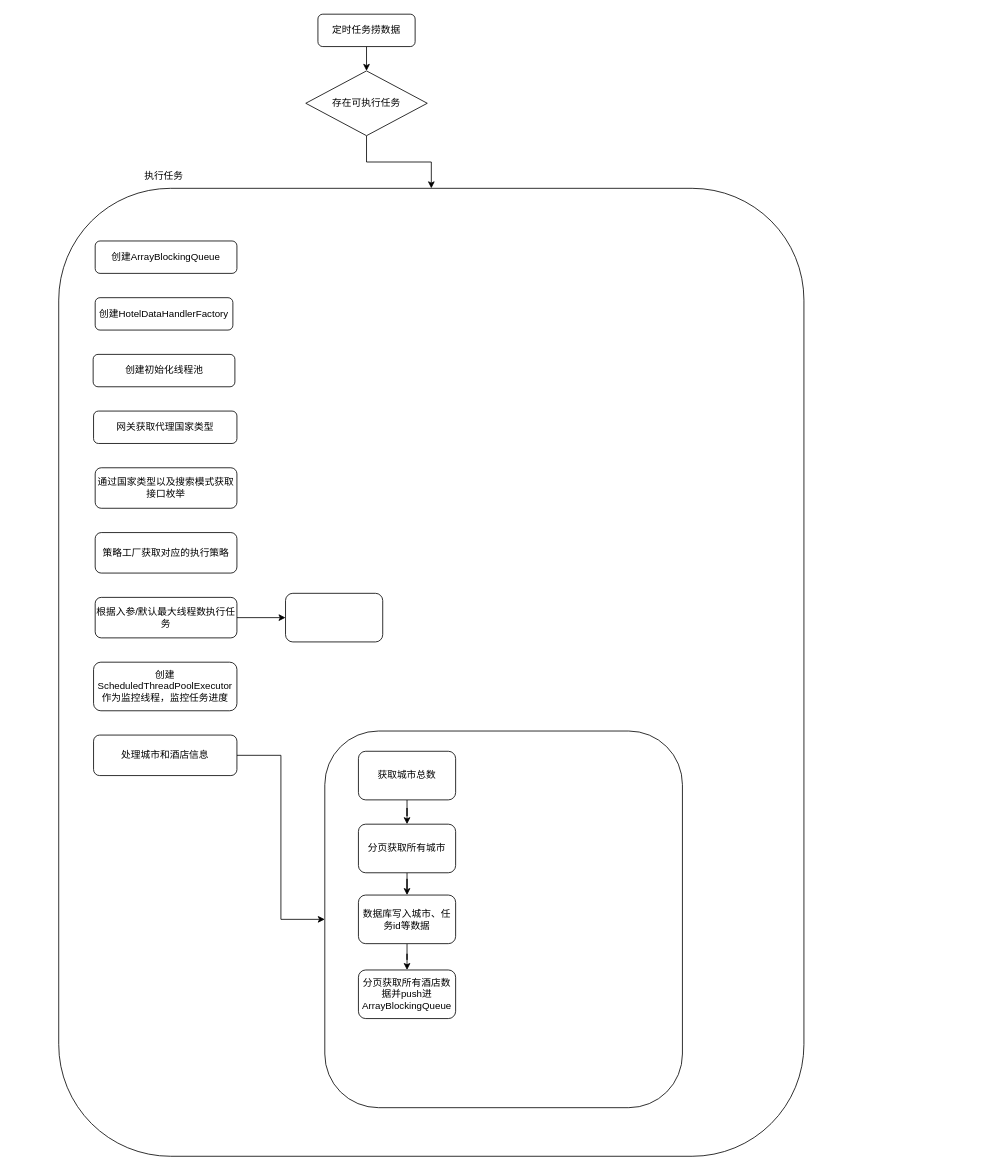
This is nb/分销数据报表流程图.drawio from zhenjie-chen/diagrams, a draw.io file, before an edit. Source tidied: cells renumbered, new cells numbered last; positions are measured from the earlier drawing's top-left corner, leaving out a move shared by most shapes. Both pictures are drawn from the tidied source at 81%, with x=0, y=0 at pixel (58, 14).
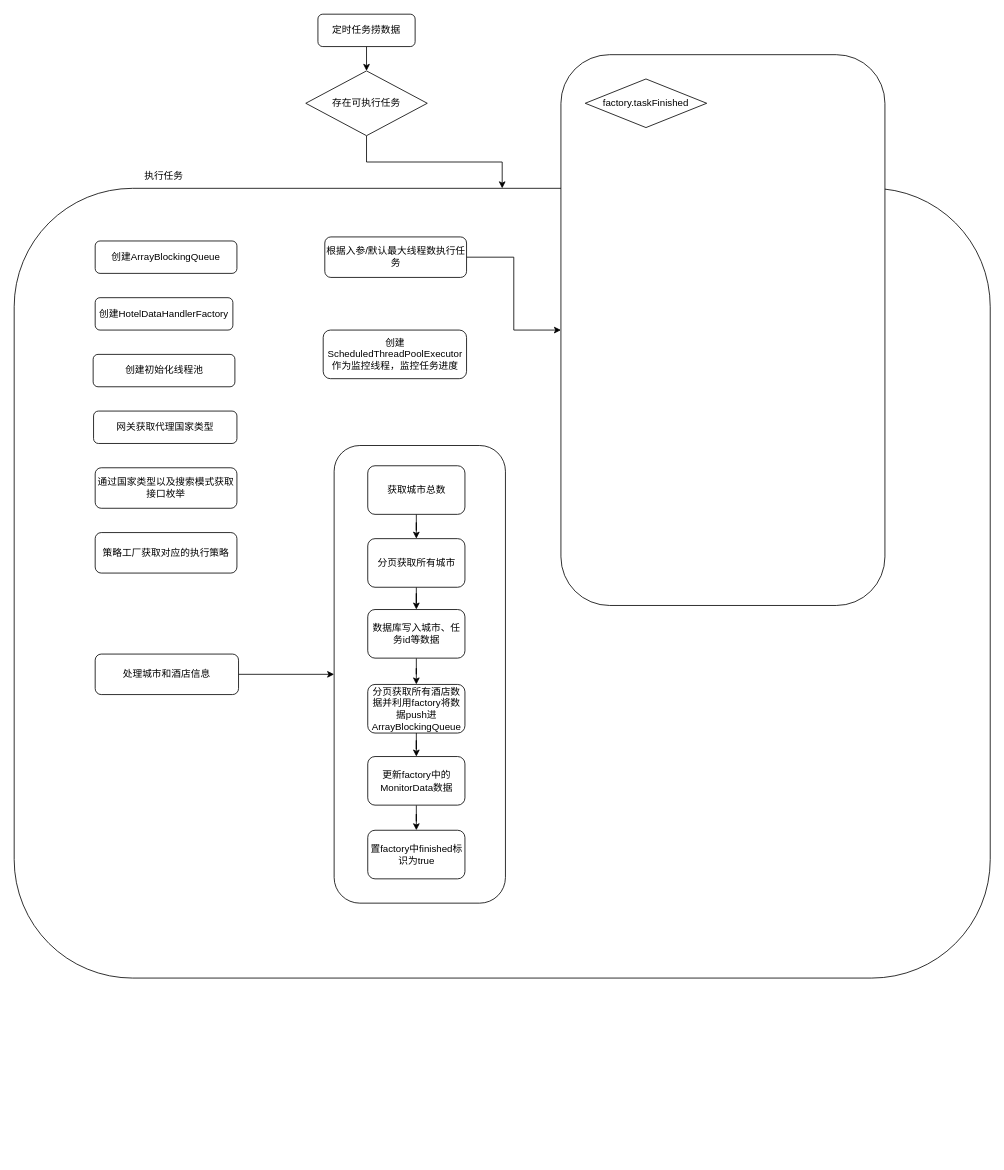
After the change.

Commit message (it also covers changes not shown here):
更新分销数据报表流程图.drawio

Change to the diagram source:
```diff
@@
     <mxCell id="4" style="rounded=1;whiteSpace=wrap;html=1;" parent="1" vertex="1">
-      <mxGeometry y="215" width="920" height="1195" as="geometry" />
+      <mxGeometry x="-55" y="215" width="1205" height="975" as="geometry" />
     </mxCell>
@@
     <mxCell id="16" value="根据入参/默认最大线程数执行任务" style="rounded=1;whiteSpace=wrap;html=1;" parent="1" vertex="1">
-      <mxGeometry x="45" y="720" width="175" height="50" as="geometry" />
+      <mxGeometry x="328.5" y="275" width="175" height="50" as="geometry" />
     </mxCell>
     <mxCell id="17" value="创建ScheduledThreadPoolExecutor作为监控线程，监控任务进度" style="rounded=1;whiteSpace=wrap;html=1;" parent="1" vertex="1">
-      <mxGeometry x="43" y="800" width="177" height="60" as="geometry" />
+      <mxGeometry x="326.5" y="390" width="177" height="60" as="geometry" />
     </mxCell>
     <mxCell id="18" style="rounded=1;whiteSpace=wrap;html=1;" parent="1" vertex="1">
-      <mxGeometry x="280" y="715" width="120" height="60" as="geometry" />
+      <mxGeometry x="620" y="50" width="400" height="680" as="geometry" />
     </mxCell>
@@
     <mxCell id="20" value="处理城市和酒店信息" style="rounded=1;whiteSpace=wrap;html=1;" parent="1" vertex="1">
-      <mxGeometry x="43" y="890" width="177" height="50" as="geometry" />
+      <mxGeometry x="45" y="790" width="177" height="50" as="geometry" />
     </mxCell>
     <mxCell id="21" style="whiteSpace=wrap;html=1;rounded=1;" parent="1" vertex="1">
-      <mxGeometry x="328.5" y="885" width="441.5" height="465" as="geometry" />
+      <mxGeometry x="340" y="532.5" width="211.5" height="565" as="geometry" />
     </mxCell>
@@
     <mxCell id="23" value="获取城市总数" style="rounded=1;whiteSpace=wrap;html=1;" parent="1" vertex="1">
-      <mxGeometry x="370" y="910" width="120" height="60" as="geometry" />
+      <mxGeometry x="381.5" y="557.5" width="120" height="60" as="geometry" />
     </mxCell>
@@
     <mxCell id="25" value="分页获取所有城市" style="whiteSpace=wrap;html=1;rounded=1;" parent="1" vertex="1">
-      <mxGeometry x="370" y="1000" width="120" height="60" as="geometry" />
+      <mxGeometry x="381.5" y="647.5" width="120" height="60" as="geometry" />
     </mxCell>
@@
     <mxCell id="27" value="数据库写入城市、任务id等数据" style="whiteSpace=wrap;html=1;rounded=1;" parent="1" vertex="1">
-      <mxGeometry x="370" y="1087.5" width="120" height="60" as="geometry" />
+      <mxGeometry x="381.5" y="735" width="120" height="60" as="geometry" />
     </mxCell>
+    <mxCell id="29" style="edgeStyle=orthogonalEdgeStyle;rounded=0;jettySize=auto;html=1;" parent="1" edge="1" source="28" target="31">
+      <mxGeometry relative="1" as="geometry" />
+    </mxCell>
-    <mxCell id="28" value="分页获取所有酒店数据并push进ArrayBlockingQueue" style="whiteSpace=wrap;html=1;rounded=1;" parent="1" vertex="1">
-      <mxGeometry x="370" y="1180" width="120" height="60" as="geometry" />
+    <mxCell id="28" value="分页获取所有酒店数据并利用factory将数据push进ArrayBlockingQueue" style="whiteSpace=wrap;html=1;rounded=1;" parent="1" vertex="1">
+      <mxGeometry x="381.5" y="827.5" width="120" height="60" as="geometry" />
     </mxCell>
+    <mxCell id="30" style="edgeStyle=orthogonalEdgeStyle;rounded=0;jettySize=auto;html=1;" parent="1" edge="1" source="31" target="32">
+      <mxGeometry relative="1" as="geometry" />
+    </mxCell>
+    <mxCell id="31" value="更新factory中的MonitorData数据" style="whiteSpace=wrap;html=1;rounded=1;" parent="1" vertex="1">
+      <mxGeometry x="381.5" y="916.5" width="120" height="60" as="geometry" />
+    </mxCell>
+    <mxCell id="32" value="置factory中finished&lt;span style=&quot;background-color: initial;&quot;&gt;标识为true&lt;/span&gt;" style="whiteSpace=wrap;html=1;rounded=1;" parent="1" vertex="1">
+      <mxGeometry x="381.5" y="1007.5" width="120" height="60" as="geometry" />
+    </mxCell>
+    <mxCell id="33" value="factory.taskFinished" style="rhombus;whiteSpace=wrap;html=1;" parent="1" vertex="1">
+      <mxGeometry x="650" y="80" width="150" height="60" as="geometry" />
+    </mxCell>
```
